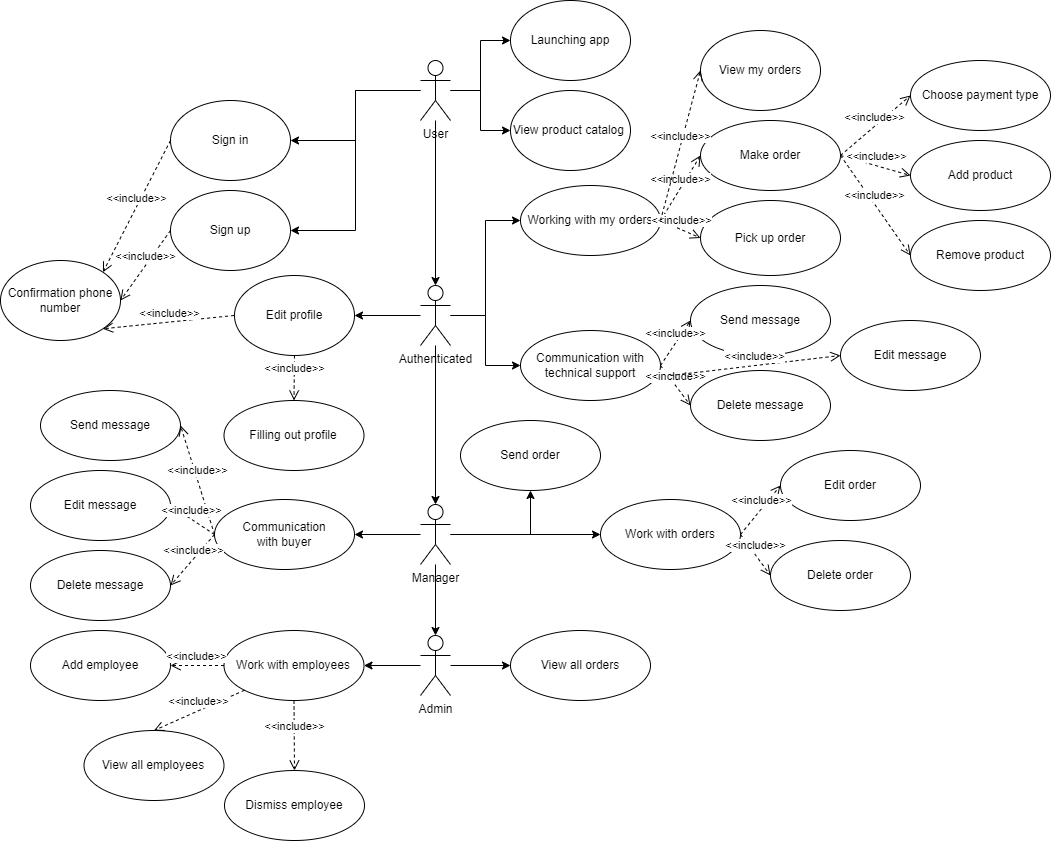
This is docs/uml/shesterochka.drawio.png from JustKingYT1/demo_app, a draw.io export, as it was before one commit. Source tidied: cells renumbered, new cells last; positions are measured from the earlier drawing's top-left corner, leaving out a move shared by most shapes.
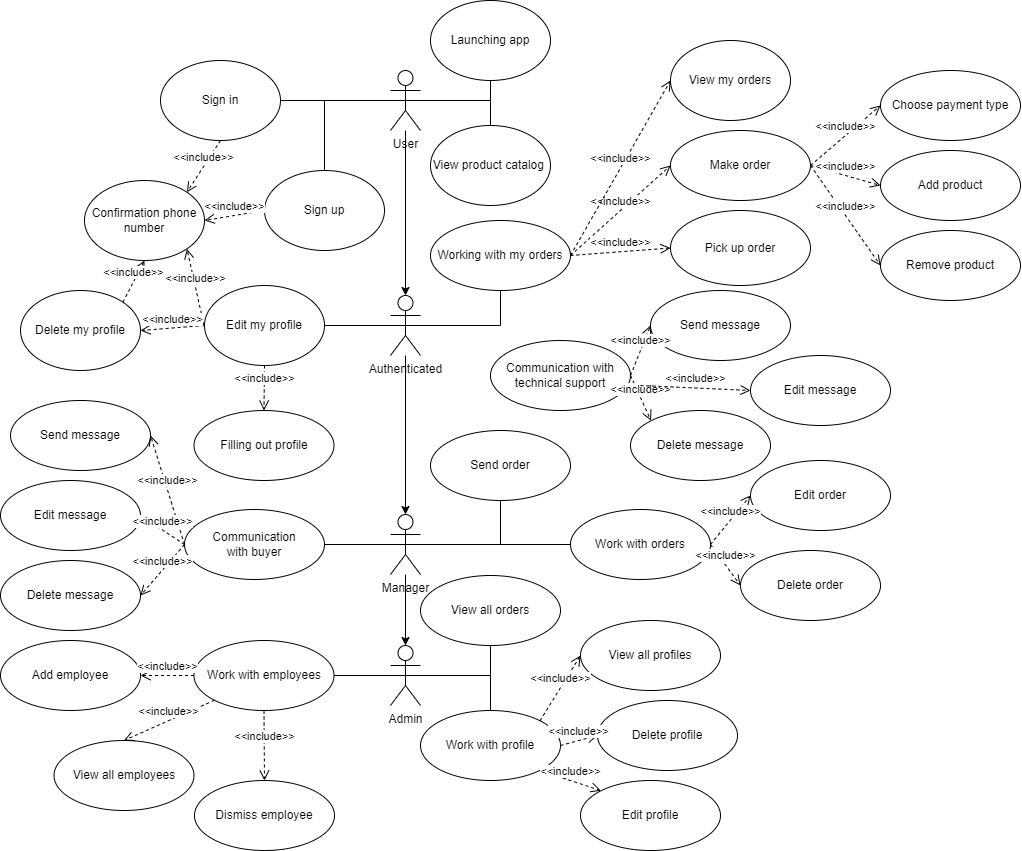
Later version of the same file.

What changed in the source:
```diff
@@ -2,18 +2,6 @@
   <root>
     <mxCell id="0" />
     <mxCell id="1" parent="0" />
-    <mxCell id="2" style="edgeStyle=orthogonalEdgeStyle;rounded=0;jettySize=auto;html=1;" parent="1" edge="1" source="7" target="11">
-      <mxGeometry relative="1" as="geometry" />
-    </mxCell>
-    <mxCell id="3" style="edgeStyle=orthogonalEdgeStyle;rounded=0;jettySize=auto;html=1;entryX=1;entryY=0.5;entryDx=0;entryDy=0;" parent="1" edge="1" source="7" target="8">
-      <mxGeometry relative="1" as="geometry" />
-    </mxCell>
-    <mxCell id="4" style="edgeStyle=orthogonalEdgeStyle;rounded=0;jettySize=auto;html=1;entryX=1;entryY=0.5;entryDx=0;entryDy=0;" parent="1" edge="1" source="7" target="9">
-      <mxGeometry relative="1" as="geometry" />
-    </mxCell>
-    <mxCell id="5" style="edgeStyle=orthogonalEdgeStyle;rounded=0;jettySize=auto;html=1;" parent="1" edge="1" source="7" target="14">
-      <mxGeometry relative="1" as="geometry" />
-    </mxCell>
     <mxCell id="6" style="edgeStyle=orthogonalEdgeStyle;rounded=0;jettySize=auto;html=1;entryX=0.5;entryY=0;entryDx=0;entryDy=0;entryPerimeter=0;" parent="1" edge="1" source="7" target="19">
       <mxGeometry relative="1" as="geometry" />
     </mxCell>
@@ -21,35 +9,26 @@
       <mxGeometry x="420" y="60" width="30" height="60" as="geometry" />
     </mxCell>
     <mxCell id="8" value="Sign in" style="ellipse;whiteSpace=wrap;html=1;" parent="1" vertex="1">
-      <mxGeometry x="170" y="100" width="120" height="80" as="geometry" />
+      <mxGeometry x="190" y="50" width="120" height="80" as="geometry" />
     </mxCell>
     <mxCell id="9" value="Sign up" style="ellipse;whiteSpace=wrap;html=1;" parent="1" vertex="1">
-      <mxGeometry x="170" y="190" width="120" height="80" as="geometry" />
+      <mxGeometry x="294" y="160" width="120" height="80" as="geometry" />
     </mxCell>
     <mxCell id="10" value="View my orders" style="ellipse;whiteSpace=wrap;html=1;" parent="1" vertex="1">
       <mxGeometry x="700" y="30" width="120" height="80" as="geometry" />
     </mxCell>
     <mxCell id="11" value="Launching app" style="ellipse;whiteSpace=wrap;html=1;" parent="1" vertex="1">
-      <mxGeometry x="510" width="120" height="80" as="geometry" />
+      <mxGeometry x="460" y="-10" width="120" height="80" as="geometry" />
     </mxCell>
-    <mxCell id="12" value="Edit profile" style="ellipse;whiteSpace=wrap;html=1;" parent="1" vertex="1">
+    <mxCell id="12" value="Edit my profile" style="ellipse;whiteSpace=wrap;html=1;" parent="1" vertex="1">
       <mxGeometry x="234" y="275" width="120" height="80" as="geometry" />
     </mxCell>
     <mxCell id="13" value="Confirmation phone number" style="ellipse;whiteSpace=wrap;html=1;" parent="1" vertex="1">
-      <mxGeometry y="260" width="120" height="80" as="geometry" />
+      <mxGeometry x="114" y="170" width="120" height="80" as="geometry" />
     </mxCell>
     <mxCell id="14" value="View product catalog&amp;nbsp;" style="ellipse;whiteSpace=wrap;html=1;" parent="1" vertex="1">
-      <mxGeometry x="510" y="90" width="120" height="80" as="geometry" />
+      <mxGeometry x="460" y="115" width="120" height="80" as="geometry" />
     </mxCell>
-    <mxCell id="15" style="edgeStyle=orthogonalEdgeStyle;rounded=0;jettySize=auto;html=1;entryX=1;entryY=0.5;entryDx=0;entryDy=0;" parent="1" edge="1" source="19" target="12">
-      <mxGeometry relative="1" as="geometry" />
-    </mxCell>
-    <mxCell id="16" style="edgeStyle=orthogonalEdgeStyle;rounded=0;jettySize=auto;html=1;entryX=0;entryY=0.5;entryDx=0;entryDy=0;" parent="1" edge="1" source="19" target="36">
-      <mxGeometry relative="1" as="geometry" />
-    </mxCell>
-    <mxCell id="17" style="edgeStyle=orthogonalEdgeStyle;rounded=0;jettySize=auto;html=1;entryX=0;entryY=0.5;entryDx=0;entryDy=0;" parent="1" edge="1" source="19" target="32">
-      <mxGeometry relative="1" as="geometry" />
-    </mxCell>
     <mxCell id="18" style="edgeStyle=orthogonalEdgeStyle;rounded=0;jettySize=auto;html=1;entryX=0.5;entryY=0;entryDx=0;entryDy=0;entryPerimeter=0;" parent="1" edge="1" source="19" target="41">
       <mxGeometry relative="1" as="geometry" />
     </mxCell>
@@ -59,10 +38,8 @@
     <mxCell id="20" value="&amp;lt;&amp;lt;include&amp;gt;&amp;gt;" style="html=1;verticalAlign=bottom;endArrow=open;dashed=1;endSize=8;curved=0;rounded=0;exitX=0;exitY=0.5;exitDx=0;exitDy=0;entryX=1;entryY=0.5;entryDx=0;entryDy=0;" parent="1" edge="1" source="9" target="13">
       <mxGeometry relative="1" as="geometry" />
     </mxCell>
-    <mxCell id="21" value="&amp;lt;&amp;lt;include&amp;gt;&amp;gt;" style="html=1;verticalAlign=bottom;endArrow=open;dashed=1;endSize=8;curved=0;rounded=0;exitX=0;exitY=0.5;exitDx=0;exitDy=0;entryX=1;entryY=0;entryDx=0;entryDy=0;" parent="1" edge="1" target="13">
-      <mxGeometry relative="1" as="geometry">
-        <mxPoint x="170" y="140" as="sourcePoint" />
-      </mxGeometry>
+    <mxCell id="21" value="&amp;lt;&amp;lt;include&amp;gt;&amp;gt;" style="html=1;verticalAlign=bottom;endArrow=open;dashed=1;endSize=8;curved=0;rounded=0;exitX=0.5;exitY=1;exitDx=0;exitDy=0;entryX=1;entryY=0;entryDx=0;entryDy=0;" parent="1" edge="1" source="8" target="13">
+      <mxGeometry relative="1" as="geometry" />
     </mxCell>
     <mxCell id="22" value="Make order" style="ellipse;whiteSpace=wrap;html=1;" parent="1" vertex="1">
       <mxGeometry x="700" y="120" width="140" height="70" as="geometry" />
@@ -97,7 +74,7 @@
       <mxGeometry relative="1" as="geometry" />
     </mxCell>
     <mxCell id="32" value="Working with my orders" style="ellipse;whiteSpace=wrap;html=1;" parent="1" vertex="1">
-      <mxGeometry x="520" y="185" width="140" height="70" as="geometry" />
+      <mxGeometry x="460" y="210" width="140" height="70" as="geometry" />
     </mxCell>
     <mxCell id="33" value="&amp;lt;&amp;lt;include&amp;gt;&amp;gt;" style="html=1;verticalAlign=bottom;endArrow=open;dashed=1;endSize=8;curved=0;rounded=0;exitX=1;exitY=0.5;exitDx=0;exitDy=0;entryX=0;entryY=0.5;entryDx=0;entryDy=0;" parent="1" edge="1" source="32" target="22">
       <mxGeometry relative="1" as="geometry" />
@@ -111,18 +88,9 @@
     <mxCell id="36" value="Сommunication with technical support" style="ellipse;whiteSpace=wrap;html=1;" parent="1" vertex="1">
       <mxGeometry x="520" y="330" width="140" height="70" as="geometry" />
     </mxCell>
-    <mxCell id="37" style="edgeStyle=orthogonalEdgeStyle;rounded=0;jettySize=auto;html=1;" parent="1" edge="1" source="41" target="47">
-      <mxGeometry relative="1" as="geometry" />
-    </mxCell>
-    <mxCell id="38" style="edgeStyle=orthogonalEdgeStyle;rounded=0;jettySize=auto;html=1;" parent="1" edge="1" source="41" target="42">
-      <mxGeometry relative="1" as="geometry" />
-    </mxCell>
     <mxCell id="39" style="edgeStyle=orthogonalEdgeStyle;rounded=0;jettySize=auto;html=1;entryX=0.5;entryY=0;entryDx=0;entryDy=0;entryPerimeter=0;" parent="1" edge="1" source="41" target="54">
       <mxGeometry relative="1" as="geometry" />
     </mxCell>
-    <mxCell id="40" style="edgeStyle=orthogonalEdgeStyle;rounded=0;jettySize=auto;html=1;" parent="1" edge="1" source="41" target="64">
-      <mxGeometry relative="1" as="geometry" />
-    </mxCell>
     <mxCell id="41" value="Manager" style="shape=umlActor;verticalLabelPosition=bottom;verticalAlign=top;html=1;" parent="1" vertex="1">
       <mxGeometry x="420" y="504" width="30" height="60" as="geometry" />
     </mxCell>
@@ -130,15 +98,15 @@
       <mxGeometry x="460" y="420" width="140" height="70" as="geometry" />
     </mxCell>
     <mxCell id="43" value="Send message" style="ellipse;whiteSpace=wrap;html=1;" parent="1" vertex="1">
-      <mxGeometry x="690" y="285" width="140" height="70" as="geometry" />
+      <mxGeometry x="680" y="280" width="140" height="70" as="geometry" />
     </mxCell>
     <mxCell id="44" value="&amp;lt;&amp;lt;include&amp;gt;&amp;gt;" style="html=1;verticalAlign=bottom;endArrow=open;dashed=1;endSize=8;curved=0;rounded=0;exitX=1;exitY=0.5;exitDx=0;exitDy=0;entryX=0;entryY=0.5;entryDx=0;entryDy=0;" parent="1" edge="1" source="36" target="43">
       <mxGeometry relative="1" as="geometry" />
     </mxCell>
     <mxCell id="45" value="Delete message" style="ellipse;whiteSpace=wrap;html=1;" parent="1" vertex="1">
-      <mxGeometry x="690" y="370" width="140" height="70" as="geometry" />
+      <mxGeometry x="660" y="400" width="140" height="70" as="geometry" />
     </mxCell>
-    <mxCell id="46" value="&amp;lt;&amp;lt;include&amp;gt;&amp;gt;" style="html=1;verticalAlign=bottom;endArrow=open;dashed=1;endSize=8;curved=0;rounded=0;exitX=1;exitY=0.5;exitDx=0;exitDy=0;entryX=0;entryY=0.5;entryDx=0;entryDy=0;" parent="1" edge="1" source="36" target="45">
+    <mxCell id="46" value="&amp;lt;&amp;lt;include&amp;gt;&amp;gt;" style="html=1;verticalAlign=bottom;endArrow=open;dashed=1;endSize=8;curved=0;rounded=0;exitX=1;exitY=0.5;exitDx=0;exitDy=0;entryX=0;entryY=0;entryDx=0;entryDy=0;" parent="1" edge="1" source="36" target="45">
       <mxGeometry relative="1" as="geometry" />
     </mxCell>
     <mxCell id="47" value="Сommunication with&amp;nbsp;buyer" style="ellipse;whiteSpace=wrap;html=1;" parent="1" vertex="1">
@@ -156,17 +124,11 @@
     <mxCell id="51" value="&amp;lt;&amp;lt;include&amp;gt;&amp;gt;" style="html=1;verticalAlign=bottom;endArrow=open;dashed=1;endSize=8;curved=0;rounded=0;exitX=0;exitY=0.5;exitDx=0;exitDy=0;entryX=1;entryY=0.5;entryDx=0;entryDy=0;" parent="1" edge="1" source="47" target="50">
       <mxGeometry relative="1" as="geometry" />
     </mxCell>
-    <mxCell id="52" style="edgeStyle=orthogonalEdgeStyle;rounded=0;jettySize=auto;html=1;entryX=1;entryY=0.5;entryDx=0;entryDy=0;" parent="1" edge="1" source="54" target="56">
-      <mxGeometry relative="1" as="geometry" />
-    </mxCell>
-    <mxCell id="53" style="edgeStyle=orthogonalEdgeStyle;rounded=0;jettySize=auto;html=1;entryX=0;entryY=0.5;entryDx=0;entryDy=0;" parent="1" edge="1" source="54" target="55">
-      <mxGeometry relative="1" as="geometry" />
-    </mxCell>
     <mxCell id="54" value="Admin" style="shape=umlActor;verticalLabelPosition=bottom;verticalAlign=top;html=1;" parent="1" vertex="1">
       <mxGeometry x="420" y="635" width="30" height="60" as="geometry" />
     </mxCell>
     <mxCell id="55" value="View all orders" style="ellipse;whiteSpace=wrap;html=1;" parent="1" vertex="1">
-      <mxGeometry x="510" y="630" width="140" height="70" as="geometry" />
+      <mxGeometry x="450" y="565" width="140" height="70" as="geometry" />
     </mxCell>
     <mxCell id="56" value="Work with employees" style="ellipse;whiteSpace=wrap;html=1;" parent="1" vertex="1">
       <mxGeometry x="223.5" y="630" width="140" height="70" as="geometry" />
@@ -214,12 +176,106 @@
       <mxGeometry relative="1" as="geometry" />
     </mxCell>
     <mxCell id="71" value="Edit message" style="ellipse;whiteSpace=wrap;html=1;" parent="1" vertex="1">
-      <mxGeometry x="840" y="320" width="140" height="70" as="geometry" />
+      <mxGeometry x="780" y="345" width="140" height="70" as="geometry" />
     </mxCell>
     <mxCell id="72" value="&amp;lt;&amp;lt;include&amp;gt;&amp;gt;" style="html=1;verticalAlign=bottom;endArrow=open;dashed=1;endSize=8;curved=0;rounded=0;exitX=1;exitY=0.5;exitDx=0;exitDy=0;entryX=0;entryY=0.5;entryDx=0;entryDy=0;" parent="1" edge="1" target="71">
       <mxGeometry relative="1" as="geometry">
         <mxPoint x="670" y="375" as="sourcePoint" />
       </mxGeometry>
     </mxCell>
+    <mxCell id="2" style="endArrow=none;html=1;rounded=0;exitX=0.5;exitY=0.5;exitDx=0;exitDy=0;exitPerimeter=0;entryX=0.5;entryY=1;entryDx=0;entryDy=0;" parent="1" edge="1" source="7" target="11">
+      <mxGeometry relative="1" as="geometry">
+        <Array as="points">
+          <mxPoint x="520" y="90" />
+        </Array>
+      </mxGeometry>
+    </mxCell>
+    <mxCell id="5" style="endArrow=none;html=1;rounded=0;exitX=0.5;exitY=0.5;exitDx=0;exitDy=0;exitPerimeter=0;entryX=0.5;entryY=0;entryDx=0;entryDy=0;" parent="1" edge="1" source="7" target="14">
+      <mxGeometry relative="1" as="geometry">
+        <Array as="points">
+          <mxPoint x="520" y="90" />
+        </Array>
+      </mxGeometry>
+    </mxCell>
+    <mxCell id="17" style="endArrow=none;html=1;rounded=0;exitX=0.5;exitY=0.5;exitDx=0;exitDy=0;exitPerimeter=0;entryX=0.5;entryY=1;entryDx=0;entryDy=0;" parent="1" edge="1" source="19" target="32">
+      <mxGeometry relative="1" as="geometry">
+        <Array as="points">
+          <mxPoint x="530" y="315" />
+        </Array>
+      </mxGeometry>
+    </mxCell>
+    <mxCell id="73" style="endArrow=none;html=1;rounded=0;exitX=1;exitY=0.5;exitDx=0;exitDy=0;entryX=0.5;entryY=0.5;entryDx=0;entryDy=0;entryPerimeter=0;" parent="1" edge="1" source="8" target="7">
+      <mxGeometry relative="1" as="geometry" />
+    </mxCell>
+    <mxCell id="74" style="endArrow=none;html=1;rounded=0;exitX=0.5;exitY=0;exitDx=0;exitDy=0;entryX=0.5;entryY=0.5;entryDx=0;entryDy=0;entryPerimeter=0;" parent="1" edge="1" source="9" target="7">
+      <mxGeometry relative="1" as="geometry">
+        <Array as="points">
+          <mxPoint x="354" y="90" />
+        </Array>
+      </mxGeometry>
+    </mxCell>
+    <mxCell id="75" value="Delete my profile" style="ellipse;whiteSpace=wrap;html=1;" parent="1" vertex="1">
+      <mxGeometry x="50" y="280" width="120" height="80" as="geometry" />
+    </mxCell>
+    <mxCell id="76" value="&amp;lt;&amp;lt;include&amp;gt;&amp;gt;" style="html=1;verticalAlign=bottom;endArrow=open;dashed=1;endSize=8;curved=0;rounded=0;exitX=0;exitY=0.5;exitDx=0;exitDy=0;entryX=1;entryY=0.5;entryDx=0;entryDy=0;" parent="1" edge="1" source="12" target="75">
+      <mxGeometry relative="1" as="geometry" />
+    </mxCell>
+    <mxCell id="77" style="endArrow=none;html=1;rounded=0;exitX=1;exitY=0.5;exitDx=0;exitDy=0;entryX=0.5;entryY=0.5;entryDx=0;entryDy=0;entryPerimeter=0;" parent="1" edge="1" source="12" target="19">
+      <mxGeometry relative="1" as="geometry" />
+    </mxCell>
+    <mxCell id="78" value="View all profiles" style="ellipse;whiteSpace=wrap;html=1;" parent="1" vertex="1">
+      <mxGeometry x="610" y="610" width="140" height="70" as="geometry" />
+    </mxCell>
+    <mxCell id="79" value="Work with profile" style="ellipse;whiteSpace=wrap;html=1;" parent="1" vertex="1">
+      <mxGeometry x="450" y="700" width="140" height="70" as="geometry" />
+    </mxCell>
+    <mxCell id="80" value="Delete profile" style="ellipse;whiteSpace=wrap;html=1;" parent="1" vertex="1">
+      <mxGeometry x="627" y="690" width="140" height="70" as="geometry" />
+    </mxCell>
+    <mxCell id="81" value="Edit profile" style="ellipse;whiteSpace=wrap;html=1;" parent="1" vertex="1">
+      <mxGeometry x="610" y="770" width="140" height="70" as="geometry" />
+    </mxCell>
+    <mxCell id="82" value="&amp;lt;&amp;lt;include&amp;gt;&amp;gt;" style="html=1;verticalAlign=bottom;endArrow=open;dashed=1;endSize=8;curved=0;rounded=0;exitX=1;exitY=0;exitDx=0;exitDy=0;entryX=0.5;entryY=1;entryDx=0;entryDy=0;" parent="1" edge="1" source="75" target="13">
+      <mxGeometry relative="1" as="geometry" />
+    </mxCell>
+    <mxCell id="83" value="&amp;lt;&amp;lt;include&amp;gt;&amp;gt;" style="html=1;verticalAlign=bottom;endArrow=open;dashed=1;endSize=8;curved=0;rounded=0;exitX=1;exitY=1;exitDx=0;exitDy=0;entryX=0;entryY=0;entryDx=0;entryDy=0;" parent="1" edge="1" source="79" target="81">
+      <mxGeometry relative="1" as="geometry" />
+    </mxCell>
+    <mxCell id="84" value="&amp;lt;&amp;lt;include&amp;gt;&amp;gt;" style="html=1;verticalAlign=bottom;endArrow=open;dashed=1;endSize=8;curved=0;rounded=0;exitX=1;exitY=0.5;exitDx=0;exitDy=0;entryX=0;entryY=0.5;entryDx=0;entryDy=0;" parent="1" edge="1" source="79" target="80">
+      <mxGeometry relative="1" as="geometry" />
+    </mxCell>
+    <mxCell id="85" value="&amp;lt;&amp;lt;include&amp;gt;&amp;gt;" style="html=1;verticalAlign=bottom;endArrow=open;dashed=1;endSize=8;curved=0;rounded=0;exitX=1;exitY=0;exitDx=0;exitDy=0;entryX=0;entryY=0.5;entryDx=0;entryDy=0;" parent="1" edge="1" source="79" target="78">
+      <mxGeometry relative="1" as="geometry" />
+    </mxCell>
+    <mxCell id="86" style="endArrow=none;html=1;rounded=0;exitX=0.5;exitY=0.5;exitDx=0;exitDy=0;exitPerimeter=0;entryX=0.5;entryY=0;entryDx=0;entryDy=0;" parent="1" edge="1" source="54" target="79">
+      <mxGeometry relative="1" as="geometry">
+        <Array as="points">
+          <mxPoint x="520" y="665" />
+        </Array>
+      </mxGeometry>
+    </mxCell>
+    <mxCell id="53" style="endArrow=none;html=1;rounded=0;exitX=0.5;exitY=0.5;exitDx=0;exitDy=0;exitPerimeter=0;entryX=0.5;entryY=1;entryDx=0;entryDy=0;" parent="1" edge="1" source="54" target="55">
+      <mxGeometry relative="1" as="geometry">
+        <Array as="points">
+          <mxPoint x="520" y="665" />
+        </Array>
+      </mxGeometry>
+    </mxCell>
+    <mxCell id="87" style="endArrow=none;html=1;rounded=0;exitX=1;exitY=0.5;exitDx=0;exitDy=0;entryX=0.5;entryY=0.5;entryDx=0;entryDy=0;entryPerimeter=0;" parent="1" edge="1" source="56" target="54">
+      <mxGeometry relative="1" as="geometry" />
+    </mxCell>
+    <mxCell id="40" style="endArrow=none;html=1;rounded=0;exitX=0.5;exitY=0.5;exitDx=0;exitDy=0;exitPerimeter=0;entryX=0;entryY=0.5;entryDx=0;entryDy=0;" parent="1" edge="1" source="41" target="64">
+      <mxGeometry relative="1" as="geometry" />
+    </mxCell>
+    <mxCell id="38" style="endArrow=none;html=1;rounded=0;exitX=0.5;exitY=0.5;exitDx=0;exitDy=0;exitPerimeter=0;entryX=0.5;entryY=1;entryDx=0;entryDy=0;" parent="1" edge="1" source="41" target="42">
+      <mxGeometry relative="1" as="geometry">
+        <Array as="points">
+          <mxPoint x="530" y="534" />
+        </Array>
+      </mxGeometry>
+    </mxCell>
+    <mxCell id="37" style="endArrow=none;html=1;rounded=0;exitX=0.5;exitY=0.5;exitDx=0;exitDy=0;exitPerimeter=0;entryX=1;entryY=0.5;entryDx=0;entryDy=0;" parent="1" edge="1" source="41" target="47">
+      <mxGeometry relative="1" as="geometry" />
+    </mxCell>
   </root>
 </mxGraphModel>
```
